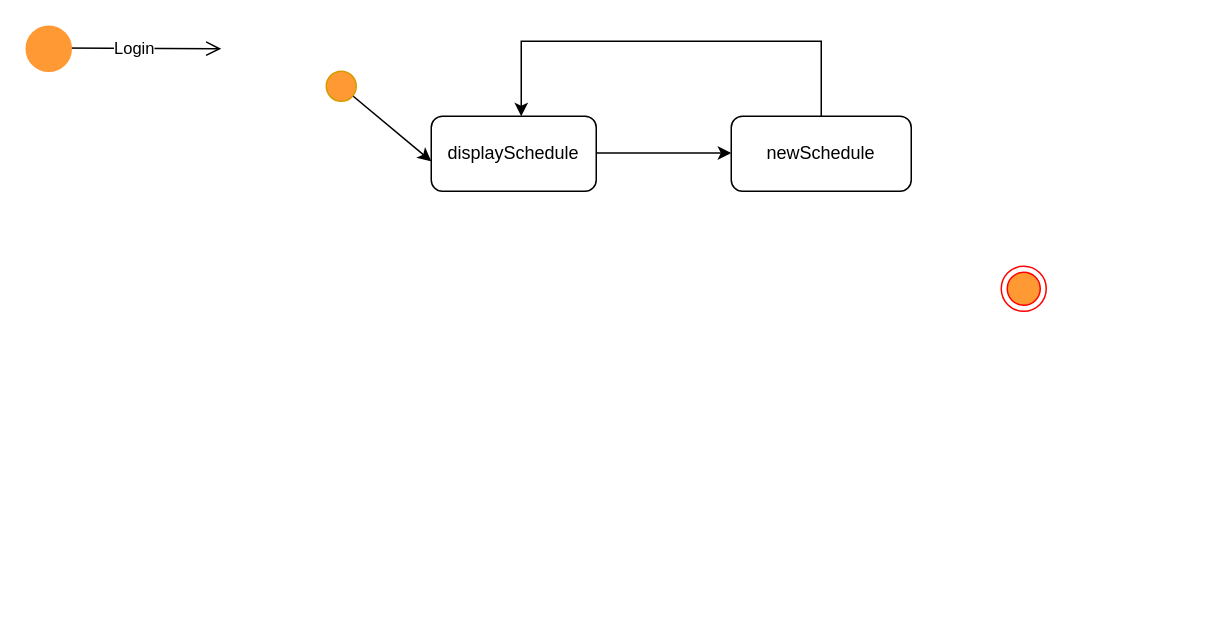
Earlier version of the draw.io diagram state.drawio (surya758/AmazonClone). Source tidied: cells renumbered, new cells numbered last; positions are measured from the earlier drawing's top-left corner, leaving out a move shared by most shapes. Both pictures are drawn from the tidied source at 150%, with x=0, y=0 at pixel (26, 26).
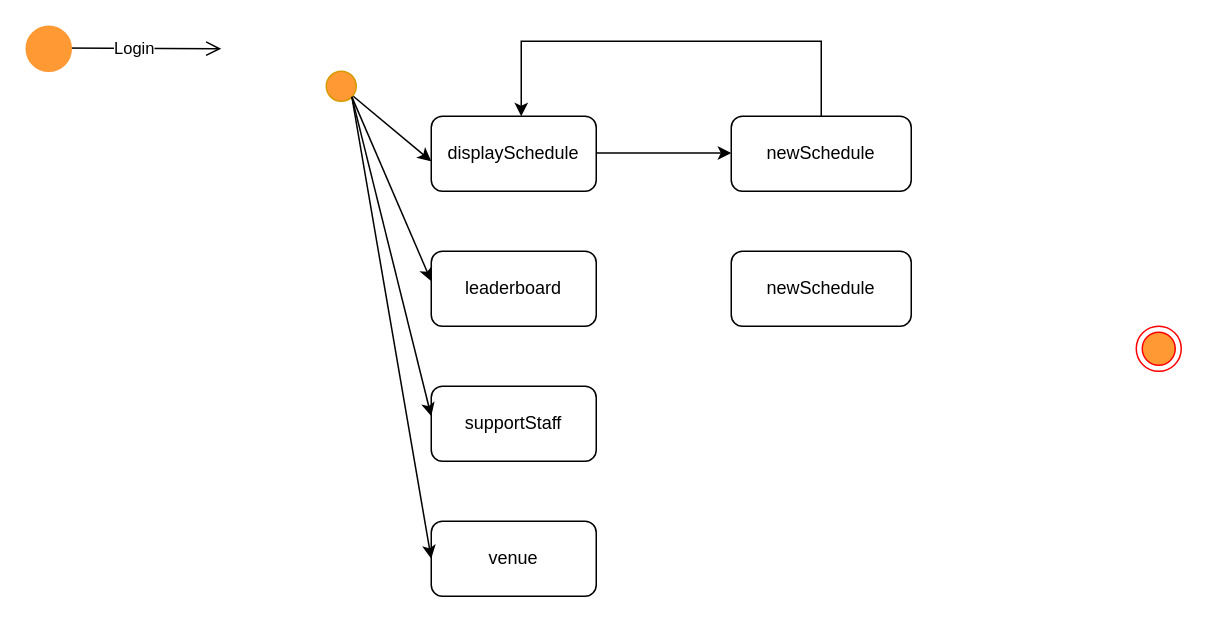
The same page after the edit.

Unchanged cells that the change refers to:
```xml
<mxCell id="7" style="ellipse;fillColor=#FF9933;strokeColor=#d79b00;" parent="1" vertex="1">
  <mxGeometry x="200" y="30" width="20" height="20" as="geometry" />
</mxCell>
```

The edit, as a diff of the source:
```diff
@@
     <mxCell id="2" style="ellipse;html=1;shape=endState;fillColor=#FF9933;strokeColor=#ff0000;" parent="1" vertex="1">
-      <mxGeometry x="650" y="160" width="30" height="30" as="geometry" />
+      <mxGeometry x="740" y="200" width="30" height="30" as="geometry" />
     </mxCell>
@@
+    <mxCell id="12" value="venue" style="rounded=1;whiteSpace=wrap;html=1;" parent="1" vertex="1">
+      <mxGeometry x="270" y="330" width="110" height="50" as="geometry" />
+    </mxCell>
+    <mxCell id="13" value="leaderboard" style="rounded=1;whiteSpace=wrap;html=1;" parent="1" vertex="1">
+      <mxGeometry x="270" y="150" width="110" height="50" as="geometry" />
+    </mxCell>
+    <mxCell id="14" value="supportStaff" style="rounded=1;whiteSpace=wrap;html=1;" parent="1" vertex="1">
+      <mxGeometry x="270" y="240" width="110" height="50" as="geometry" />
+    </mxCell>
+    <mxCell id="15" style="endArrow=classic;html=1;rounded=0;exitX=1;exitY=1;exitDx=0;exitDy=0;" parent="1" edge="1" source="7">
+      <mxGeometry relative="1" as="geometry">
+        <mxPoint x="270" y="170" as="targetPoint" />
+      </mxGeometry>
+    </mxCell>
+    <mxCell id="16" style="endArrow=classic;html=1;rounded=0;exitX=1;exitY=1;exitDx=0;exitDy=0;" parent="1" edge="1" source="7">
+      <mxGeometry relative="1" as="geometry">
+        <mxPoint x="270" y="260" as="targetPoint" />
+      </mxGeometry>
+    </mxCell>
+    <mxCell id="17" style="endArrow=classic;html=1;rounded=0;entryX=0;entryY=0.5;entryDx=0;entryDy=0;exitX=1;exitY=1;exitDx=0;exitDy=0;" parent="1" edge="1" source="7" target="12">
+      <mxGeometry relative="1" as="geometry" />
+    </mxCell>
+    <mxCell id="18" value="&lt;span style=&quot;white-space: pre&quot;&gt;newSchedule&lt;/span&gt;" style="rounded=1;whiteSpace=wrap;html=1;" parent="1" vertex="1">
+      <mxGeometry x="470" y="150" width="120" height="50" as="geometry" />
+    </mxCell>
```
